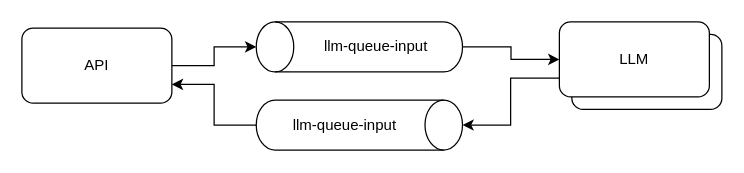
This is page "LLM" (1 of 2) of clase-05/async/diagrama.drawio from itba-fcastaneda/73.40-Arquitectura-de-Microservicios, a draw.io file, before an edit. Source tidied: cells renumbered, new cells numbered last; positions are measured from the earlier drawing's top-left corner, leaving out a move shared by most shapes. Both pictures are drawn from the tidied source at 125%, with x=0, y=0 at pixel (21, -58).
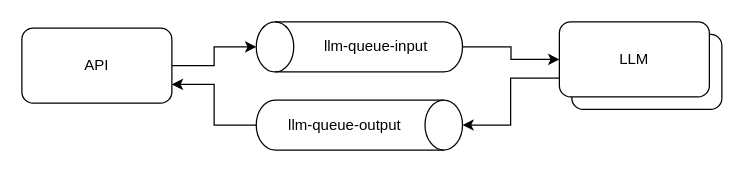
The same page after the edit.

What changed in the source:
```diff
@@
 <mxGraphModel>
   <root>
     <mxCell id="0" />
     <mxCell id="1" parent="0" />
     <mxCell id="2" style="edgeStyle=orthogonalEdgeStyle;rounded=0;jettySize=auto;html=1;entryX=0.5;entryY=0;entryDx=0;entryDy=0;entryPerimeter=0;jumpStyle=none;shadow=0;" parent="1" edge="1" source="3" target="5">
       <mxGeometry relative="1" as="geometry" />
     </mxCell>
     <mxCell id="3" value="API" style="rounded=1;whiteSpace=wrap;html=1;" parent="1" vertex="1">
       <mxGeometry y="68" width="120" height="60" as="geometry" />
     </mxCell>
     <mxCell id="4" style="edgeStyle=orthogonalEdgeStyle;rounded=0;jettySize=auto;html=1;" parent="1" edge="1" source="5" target="8">
       <mxGeometry relative="1" as="geometry" />
     </mxCell>
     <mxCell id="5" value="llm-queue-input" style="shape=cylinder3;html=1;boundedLbl=1;backgroundOutline=1;size=15;rotation=90;horizontal=0;verticalAlign=middle;direction=east;labelPosition=center;verticalLabelPosition=middle;align=center;labelBorderColor=none;textDirection=ltr;flipH=0;flipV=1;" parent="1" vertex="1">
       <mxGeometry x="250" y="0.5" width="40" height="165" as="geometry" />
     </mxCell>
     <mxCell id="6" style="group;" parent="1" vertex="1">
       <mxGeometry x="430" y="63" width="130" height="70" as="geometry" />
     </mxCell>
     <mxCell id="7" value="LLM" style="rounded=1;whiteSpace=wrap;html=1;" parent="6" vertex="1">
       <mxGeometry x="10" y="10" width="120" height="60" as="geometry" />
     </mxCell>
     <mxCell id="8" value="LLM" style="rounded=1;whiteSpace=wrap;html=1;" parent="6" vertex="1">
       <mxGeometry width="120" height="60" as="geometry" />
     </mxCell>
     <mxCell id="9" style="edgeStyle=orthogonalEdgeStyle;rounded=0;jettySize=auto;html=1;entryX=1;entryY=0.75;entryDx=0;entryDy=0;" parent="1" edge="1" source="10" target="3">
       <mxGeometry relative="1" as="geometry" />
     </mxCell>
-    <mxCell id="10" value="llm-queue-input" style="shape=cylinder3;html=1;boundedLbl=1;backgroundOutline=1;size=15;rotation=90;horizontal=0;verticalAlign=middle;direction=east;labelPosition=center;verticalLabelPosition=middle;align=center;labelBorderColor=none;textDirection=ltr;flipH=0;flipV=0;" parent="1" vertex="1">
+    <mxCell id="10" value="llm-queue-output" style="shape=cylinder3;html=1;boundedLbl=1;backgroundOutline=1;size=15;rotation=90;horizontal=0;verticalAlign=middle;direction=east;labelPosition=center;verticalLabelPosition=middle;align=center;labelBorderColor=none;textDirection=ltr;flipH=0;flipV=0;" parent="1" vertex="1">
       <mxGeometry x="250" y="63" width="40" height="165" as="geometry" />
     </mxCell>
     <mxCell id="11" style="edgeStyle=orthogonalEdgeStyle;rounded=0;jettySize=auto;html=1;entryX=0.5;entryY=0;entryDx=0;entryDy=0;entryPerimeter=0;" parent="1" edge="1" source="8" target="10">
       <mxGeometry relative="1" as="geometry">
         <Array as="points">
           <mxPoint x="391" y="108" />
           <mxPoint x="391" y="146" />
         </Array>
       </mxGeometry>
     </mxCell>
   </root>
 </mxGraphModel>
```
